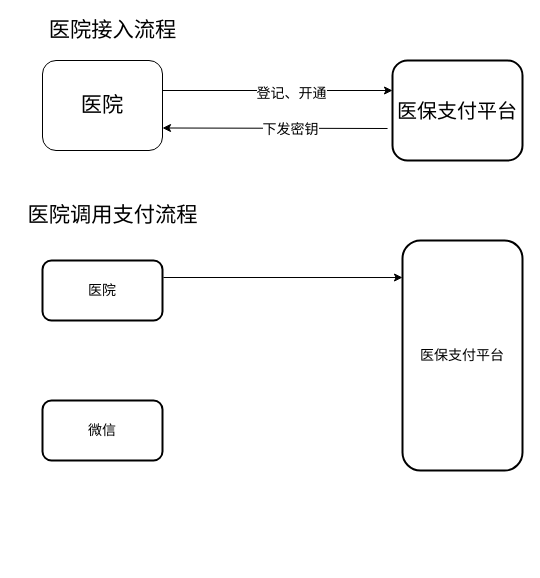
This is Untitled Diagram.drawio from yangyutf/mango-admin, a draw.io file, before an edit. Source tidied: cells renumbered, new cells numbered last; positions are measured from the earlier drawing's top-left corner, leaving out a move shared by most shapes. Both pictures are drawn from the tidied source at 100%, with x=0, y=0 at pixel (17, 20).
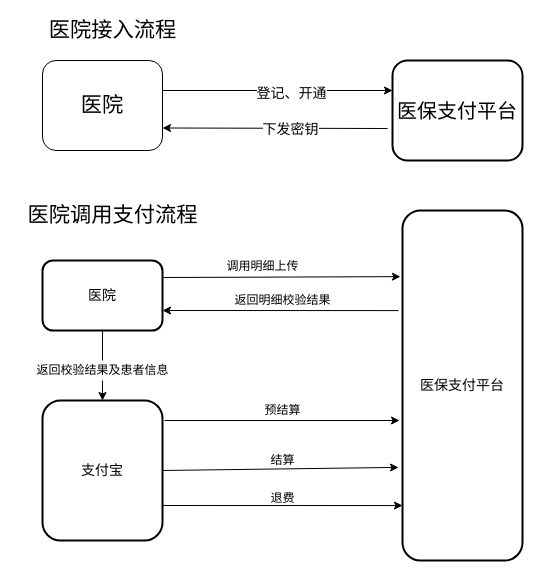
After the change.

The edit, as a diff of the source:
```diff
@@
     <mxCell id="11" value="医院" style="rounded=1;whiteSpace=wrap;html=1;fontSize=14;strokeWidth=2;" parent="1" vertex="1">
-      <mxGeometry x="25" y="240" width="120" height="60" as="geometry" />
+      <mxGeometry x="25" y="240" width="120" height="70" as="geometry" />
     </mxCell>
     <mxCell id="12" value="医保支付平台" style="rounded=1;whiteSpace=wrap;html=1;fontSize=14;strokeWidth=2;" parent="1" vertex="1">
-      <mxGeometry x="385" y="220" width="120" height="230" as="geometry" />
+      <mxGeometry x="385" y="190" width="120" height="350" as="geometry" />
     </mxCell>
-    <mxCell id="13" value="微信" style="rounded=1;whiteSpace=wrap;html=1;fontSize=14;strokeWidth=2;" parent="1" vertex="1">
-      <mxGeometry x="25" y="380" width="120" height="60" as="geometry" />
+    <mxCell id="13" value="支付宝" style="rounded=1;whiteSpace=wrap;html=1;fontSize=14;strokeWidth=2;" parent="1" vertex="1">
+      <mxGeometry x="25" y="380" width="120" height="140" as="geometry" />
     </mxCell>
-    <mxCell id="14" style="endArrow=classic;html=1;fontSize=14;entryX=0;entryY=0.161;entryDx=0;entryDy=0;entryPerimeter=0;" parent="1" edge="1" target="12">
+    <mxCell id="14" style="endArrow=classic;html=1;fontSize=14;entryX=-0.017;entryY=0.189;entryDx=0;entryDy=0;entryPerimeter=0;" parent="1" edge="1" target="12">
       <mxGeometry relative="1" as="geometry">
         <mxPoint x="146" y="257" as="sourcePoint" />
       </mxGeometry>
     </mxCell>
+    <mxCell id="15" value="调用明细上传" style="text;html=1;align=center;verticalAlign=middle;strokeColor=none;" parent="1" vertex="1">
+      <mxGeometry x="200" y="236" width="90" height="20" as="geometry" />
+    </mxCell>
+    <mxCell id="16" style="endArrow=classic;html=1;exitX=-0.033;exitY=0.286;exitDx=0;exitDy=0;exitPerimeter=0;" parent="1" edge="1" source="12">
+      <mxGeometry relative="1" as="geometry">
+        <mxPoint x="145" y="290" as="targetPoint" />
+      </mxGeometry>
+    </mxCell>
+    <mxCell id="17" value="返回明细校验结果" style="text;html=1;align=center;verticalAlign=middle;strokeColor=none;" parent="1" vertex="1">
+      <mxGeometry x="210" y="270" width="110" height="20" as="geometry" />
+    </mxCell>
+    <mxCell id="18" style="endArrow=classic;html=1;exitX=0.5;exitY=1;exitDx=0;exitDy=0;entryX=0.5;entryY=0;entryDx=0;entryDy=0;startArrow=none;" parent="1" edge="1" source="19" target="13">
+      <mxGeometry relative="1" as="geometry" />
+    </mxCell>
+    <mxCell id="19" value="返回校验结果及患者信息" style="text;html=1;align=center;verticalAlign=middle;points=[];strokeColor=none;" parent="1" vertex="1">
+      <mxGeometry x="10" y="340" width="150" height="20" as="geometry" />
+    </mxCell>
+    <mxCell id="20" style="endArrow=none;html=1;exitX=0.5;exitY=1;exitDx=0;exitDy=0;entryX=0.5;entryY=0;entryDx=0;entryDy=0;" parent="1" edge="1" source="11" target="19">
+      <mxGeometry relative="1" as="geometry" />
+    </mxCell>
+    <mxCell id="21" style="endArrow=classic;html=1;" parent="1" edge="1">
+      <mxGeometry relative="1" as="geometry">
+        <mxPoint x="147" y="400" as="sourcePoint" />
+        <mxPoint x="382" y="400" as="targetPoint" />
+      </mxGeometry>
+    </mxCell>
+    <mxCell id="22" value="预结算" style="text;html=1;align=center;verticalAlign=middle;strokeColor=none;" parent="1" vertex="1">
+      <mxGeometry x="240" y="380" width="50" height="20" as="geometry" />
+    </mxCell>
+    <mxCell id="23" style="endArrow=classic;html=1;exitX=1;exitY=0.5;exitDx=0;exitDy=0;entryX=-0.033;entryY=0.734;entryDx=0;entryDy=0;entryPerimeter=0;" parent="1" edge="1" source="13" target="12">
+      <mxGeometry relative="1" as="geometry" />
+    </mxCell>
+    <mxCell id="24" value="结算" style="text;html=1;align=center;verticalAlign=middle;strokeColor=none;" parent="1" vertex="1">
+      <mxGeometry x="245" y="430" width="40" height="20" as="geometry" />
+    </mxCell>
+    <mxCell id="25" style="endArrow=classic;html=1;exitX=1;exitY=0.75;exitDx=0;exitDy=0;entryX=0;entryY=0.843;entryDx=0;entryDy=0;entryPerimeter=0;" parent="1" edge="1" source="13" target="12">
+      <mxGeometry relative="1" as="geometry" />
+    </mxCell>
+    <mxCell id="26" value="退费" style="text;html=1;align=center;verticalAlign=middle;strokeColor=none;" parent="1" vertex="1">
+      <mxGeometry x="245" y="468" width="40" height="20" as="geometry" />
+    </mxCell>
```
